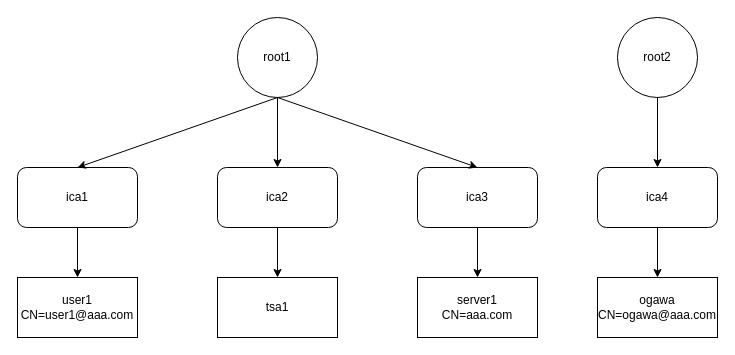
Earlier version of the draw.io diagram model1.drawio (kjur/Hello-World). Source tidied: cells renumbered, new cells numbered last; positions are measured from the earlier drawing's top-left corner, leaving out a move shared by most shapes. Both pictures are drawn from the tidied source at 100%, with x=0, y=0 at pixel (17, 17).
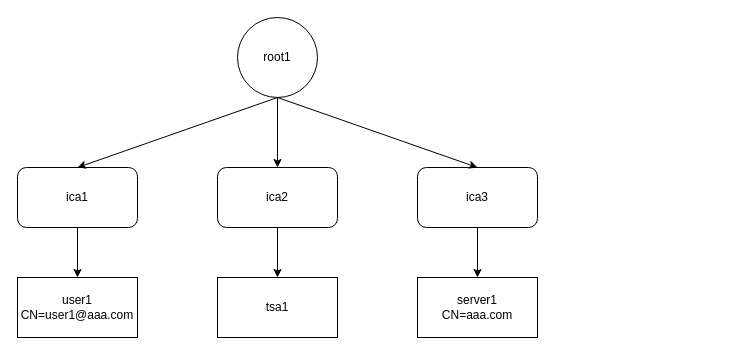
The same page after the edit.

The edit, as a diff of the source:
```diff
@@
 <mxGraphModel>
   <root>
     <mxCell id="0" />
     <mxCell id="1" parent="0" />
     <mxCell id="2" value="root1" style="ellipse;whiteSpace=wrap;html=1;" parent="1" vertex="1">
       <mxGeometry x="220" width="80" height="80" as="geometry" />
     </mxCell>
     <mxCell id="3" value="ica1" style="rounded=1;whiteSpace=wrap;html=1;" parent="1" vertex="1">
       <mxGeometry y="150" width="120" height="60" as="geometry" />
     </mxCell>
     <mxCell id="4" value="ica2" style="rounded=1;whiteSpace=wrap;html=1;" parent="1" vertex="1">
       <mxGeometry x="200" y="150" width="120" height="60" as="geometry" />
     </mxCell>
     <mxCell id="5" value="ica3" style="rounded=1;whiteSpace=wrap;html=1;" parent="1" vertex="1">
       <mxGeometry x="400" y="150" width="120" height="60" as="geometry" />
     </mxCell>
     <mxCell id="6" value="user1&lt;br&gt;CN=user1@aaa.com" style="rounded=0;whiteSpace=wrap;html=1;" parent="1" vertex="1">
       <mxGeometry y="260" width="120" height="60" as="geometry" />
     </mxCell>
     <mxCell id="7" value="tsa1" style="rounded=0;whiteSpace=wrap;html=1;" parent="1" vertex="1">
       <mxGeometry x="200" y="260" width="120" height="60" as="geometry" />
     </mxCell>
     <mxCell id="8" value="server1&lt;br&gt;CN=aaa.com" style="rounded=0;whiteSpace=wrap;html=1;" parent="1" vertex="1">
       <mxGeometry x="400" y="260" width="120" height="60" as="geometry" />
     </mxCell>
     <mxCell id="9" style="endArrow=classic;html=1;rounded=0;exitX=0.5;exitY=1;exitDx=0;exitDy=0;entryX=0.5;entryY=0;entryDx=0;entryDy=0;" parent="1" edge="1" source="2" target="3">
       <mxGeometry relative="1" as="geometry" />
     </mxCell>
     <mxCell id="10" style="endArrow=classic;html=1;rounded=0;exitX=0.5;exitY=1;exitDx=0;exitDy=0;entryX=0.5;entryY=0;entryDx=0;entryDy=0;" parent="1" edge="1" source="2" target="4">
       <mxGeometry relative="1" as="geometry" />
     </mxCell>
     <mxCell id="11" style="endArrow=classic;html=1;rounded=0;exitX=0.5;exitY=1;exitDx=0;exitDy=0;entryX=0.5;entryY=0;entryDx=0;entryDy=0;" parent="1" edge="1" source="2" target="5">
       <mxGeometry relative="1" as="geometry" />
     </mxCell>
     <mxCell id="12" style="endArrow=classic;html=1;rounded=0;exitX=0.5;exitY=1;exitDx=0;exitDy=0;entryX=0.5;entryY=0;entryDx=0;entryDy=0;" parent="1" edge="1" source="3" target="6">
       <mxGeometry relative="1" as="geometry" />
     </mxCell>
     <mxCell id="13" style="endArrow=classic;html=1;rounded=0;exitX=0.5;exitY=1;exitDx=0;exitDy=0;entryX=0.5;entryY=0;entryDx=0;entryDy=0;" parent="1" edge="1" source="4" target="7">
       <mxGeometry relative="1" as="geometry" />
     </mxCell>
     <mxCell id="14" style="endArrow=classic;html=1;rounded=0;exitX=0.5;exitY=1;exitDx=0;exitDy=0;entryX=0.5;entryY=0;entryDx=0;entryDy=0;" parent="1" edge="1" source="5" target="8">
       <mxGeometry relative="1" as="geometry" />
     </mxCell>
-    <mxCell id="15" value="root2" style="ellipse;whiteSpace=wrap;html=1;" parent="1" vertex="1">
-      <mxGeometry x="600" width="80" height="80" as="geometry" />
-    </mxCell>
-    <mxCell id="16" value="ica4" style="rounded=1;whiteSpace=wrap;html=1;" parent="1" vertex="1">
-      <mxGeometry x="580" y="150" width="120" height="60" as="geometry" />
-    </mxCell>
-    <mxCell id="17" value="ogawa&lt;br&gt;CN=ogawa@aaa.com" style="rounded=0;whiteSpace=wrap;html=1;" parent="1" vertex="1">
-      <mxGeometry x="580" y="260" width="120" height="60" as="geometry" />
-    </mxCell>
-    <mxCell id="18" style="endArrow=classic;html=1;rounded=0;exitX=0.5;exitY=1;exitDx=0;exitDy=0;entryX=0.5;entryY=0;entryDx=0;entryDy=0;" parent="1" edge="1" source="15" target="16">
-      <mxGeometry relative="1" as="geometry" />
-    </mxCell>
-    <mxCell id="19" style="endArrow=classic;html=1;rounded=0;exitX=0.5;exitY=1;exitDx=0;exitDy=0;entryX=0.5;entryY=0;entryDx=0;entryDy=0;" parent="1" edge="1" source="16" target="17">
-      <mxGeometry relative="1" as="geometry" />
-    </mxCell>
   </root>
 </mxGraphModel>
```
